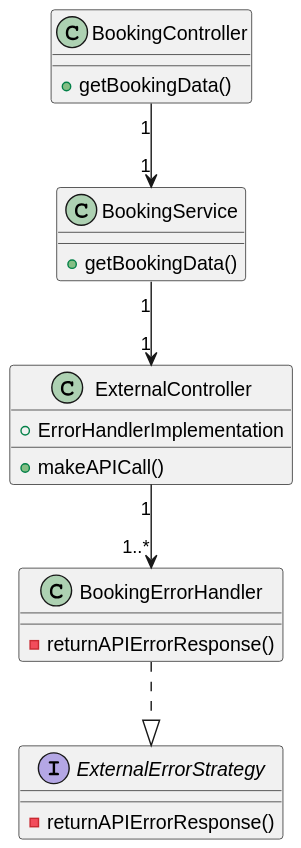
Before: software-guidebook/class-diagram/strategy-class-diagram.svg, a diagram exported from PlantUML (AIM-ENE-feb25/triptop-groep-b1).
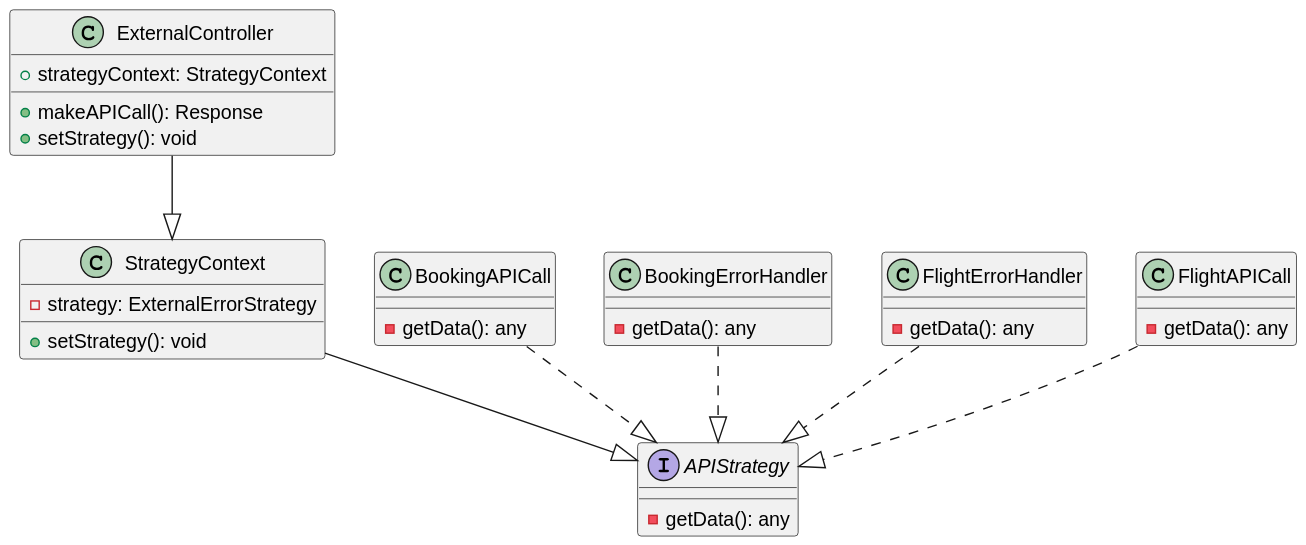
After the commit.

Commit message:
sequence diagram etc

What changed in the source:
```diff
@@ -1,28 +1,38 @@
 @startuml
-class BookingController{
-    + getBookingData()
+class ExternalController{
++ strategyContext: StrategyContext
++ makeAPICall(): Response
++ setStrategy(): void
 }
 
-class BookingService{
- + getBookingData()
+class StrategyContext{
++ setStrategy(): void
+- strategy: ExternalErrorStrategy
 }
 
-class ExternalController{
-+ ErrorHandlerImplementation
-+ makeAPICall()
+interface APIStrategy{
+- getData(): any
 }
 
-interface ExternalErrorStrategy{
-- returnAPIErrorResponse()
+class BookingAPICall{
+- getData(): any
 }
 
 class BookingErrorHandler{
-- returnAPIErrorResponse()
+- getData(): any
+}
+class FlightErrorHandler{
+- getData(): any
+}
+class FlightAPICall{
+- getData(): any
 }
 
-BookingController "1" --> "1" BookingService
-BookingService "1" --> "1" ExternalController
+ExternalController --|> StrategyContext
+StrategyContext --|> APIStrategy
 
-ExternalController "1" --> "1..*" BookingErrorHandler
-BookingErrorHandler ..|> ExternalErrorStrategy
+BookingErrorHandler ..|> APIStrategy
+BookingAPICall ..|> APIStrategy
+FlightAPICall ..|> APIStrategy
+FlightErrorHandler ..|> APIStrategy
 @enduml
```
